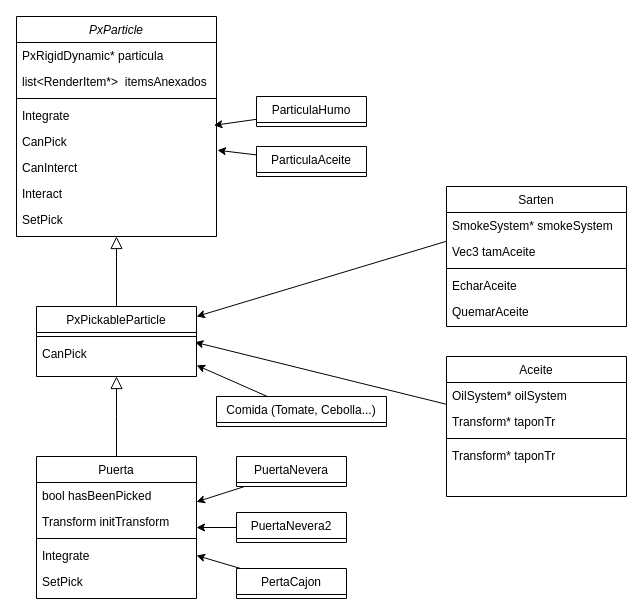
Above: Diagrama sin título.drawio in Vicnuel5/SimulacionFisicaVideojuegos (draw.io), before the change. Source tidied: cells renumbered, new cells numbered last; positions are measured from the earlier drawing's top-left corner, leaving out a move shared by most shapes. Both pictures are drawn from the tidied source at 100%, with x=0, y=0 at pixel (16, 16).
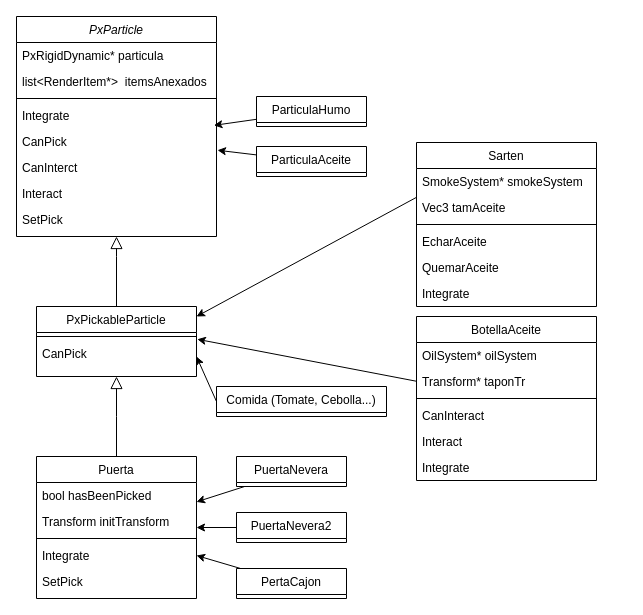
After the change.

Unchanged cells that the change refers to:
```xml
<mxCell id="12" style="line;html=1;strokeWidth=1;align=left;verticalAlign=middle;spacingTop=-1;spacingLeft=3;spacingRight=3;labelPosition=right;points=[];portConstraint=eastwest;" parent="11" vertex="1">
  <mxGeometry y="26" width="160" height="8" as="geometry" />
</mxCell>
<mxCell id="13" value="CanPick" style="text;align=left;verticalAlign=top;spacingLeft=4;spacingRight=4;overflow=hidden;points=[[0,0.5],[1,0.5]];portConstraint=eastwest;" parent="11" vertex="1">
  <mxGeometry y="34" width="160" height="26" as="geometry" />
</mxCell>
```

Diff of the diagram source:
```diff
@@
-    <mxCell id="28" style="edgeStyle=none;rounded=0;jettySize=auto;html=1;entryX=1.001;entryY=0.956;entryDx=0;entryDy=0;entryPerimeter=0;" parent="1" edge="1" source="29" target="13">
-      <mxGeometry relative="1" as="geometry" />
+    <mxCell id="28" style="edgeStyle=none;rounded=0;jettySize=auto;html=1;exitX=0;exitY=0.5;exitDx=0;exitDy=0;" parent="1" edge="1" source="29">
+      <mxGeometry relative="1" as="geometry">
+        <mxPoint x="180" y="340" as="targetPoint" />
+      </mxGeometry>
     </mxCell>
     <mxCell id="29" value="Comida (Tomate, Cebolla...)" style="swimlane;fontStyle=0;align=center;verticalAlign=top;horizontal=1;startSize=26;rounded=0;shadow=0;strokeWidth=1;" parent="1" vertex="1">
-      <mxGeometry x="200" y="380" width="170" height="30" as="geometry" />
+      <mxGeometry x="200" y="370" width="170" height="30" as="geometry" />
     </mxCell>
@@
     <mxCell id="31" value="Sarten" style="swimlane;fontStyle=0;align=center;verticalAlign=top;horizontal=1;startSize=26;rounded=0;shadow=0;strokeWidth=1;" parent="1" vertex="1">
-      <mxGeometry x="430" y="170" width="180" height="140" as="geometry" />
+      <mxGeometry x="400" y="126" width="180" height="164" as="geometry" />
     </mxCell>
@@
+    <mxCell id="47" value="Integrate" style="text;align=left;verticalAlign=top;spacingLeft=4;spacingRight=4;overflow=hidden;" parent="31" vertex="1">
+      <mxGeometry y="138" width="180" height="26" as="geometry" />
+    </mxCell>
-    <mxCell id="37" style="edgeStyle=none;rounded=0;jettySize=auto;html=1;entryX=0.99;entryY=0.067;entryDx=0;entryDy=0;entryPerimeter=0;" parent="1" edge="1" source="38" target="13">
+    <mxCell id="37" style="edgeStyle=none;rounded=0;jettySize=auto;html=1;entryX=1.005;entryY=0.847;entryDx=0;entryDy=0;entryPerimeter=0;" parent="1" edge="1" source="38" target="12">
       <mxGeometry relative="1" as="geometry" />
     </mxCell>
-    <mxCell id="38" value="Aceite" style="swimlane;fontStyle=0;align=center;verticalAlign=top;horizontal=1;startSize=26;rounded=0;shadow=0;strokeWidth=1;" parent="1" vertex="1">
-      <mxGeometry x="430" y="340" width="180" height="140" as="geometry" />
+    <mxCell id="38" value="BotellaAceite" style="swimlane;fontStyle=0;align=center;verticalAlign=top;horizontal=1;startSize=26;rounded=0;shadow=0;strokeWidth=1;" parent="1" vertex="1">
+      <mxGeometry x="400" y="300" width="180" height="164" as="geometry" />
     </mxCell>
@@
-    <mxCell id="42" value="Transform* taponTr" style="text;align=left;verticalAlign=top;spacingLeft=4;spacingRight=4;overflow=hidden;" parent="38" vertex="1">
+    <mxCell id="42" value="CanInteract" style="text;align=left;verticalAlign=top;spacingLeft=4;spacingRight=4;overflow=hidden;" parent="38" vertex="1">
       <mxGeometry y="86" width="180" height="26" as="geometry" />
     </mxCell>
+    <mxCell id="48" value="Interact" style="text;align=left;verticalAlign=top;spacingLeft=4;spacingRight=4;overflow=hidden;" parent="38" vertex="1">
+      <mxGeometry y="112" width="180" height="26" as="geometry" />
+    </mxCell>
+    <mxCell id="49" value="Integrate" style="text;align=left;verticalAlign=top;spacingLeft=4;spacingRight=4;overflow=hidden;" parent="38" vertex="1">
+      <mxGeometry y="138" width="180" height="26" as="geometry" />
+    </mxCell>
@@
+    <mxCell id="50" style="edgeStyle=none;rounded=0;orthogonalLoop=1;jettySize=auto;html=1;exitX=0.5;exitY=0;exitDx=0;exitDy=0;" parent="1" edge="1" source="29" target="29">
+      <mxGeometry relative="1" as="geometry" />
+    </mxCell>
```
